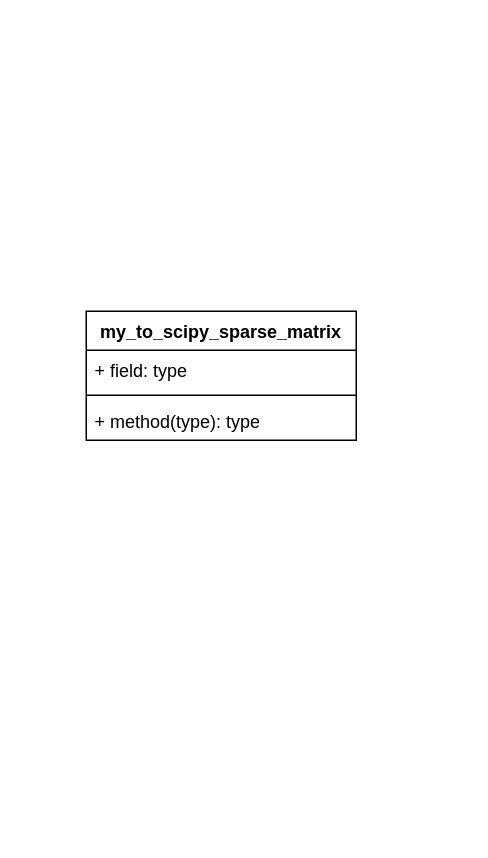
Earlier version of the draw.io diagram page "track_position" (12 of 12) of code documentation/code_visualized.drawio (JanBellingrath/hippocampal_neuron_data_processing). Source tidied: cells renumbered, new cells numbered last; positions are measured from the earlier drawing's top-left corner, leaving out a move shared by most shapes. Both pictures are drawn from the tidied source at 150%, with x=0, y=0 at pixel (86, 310).
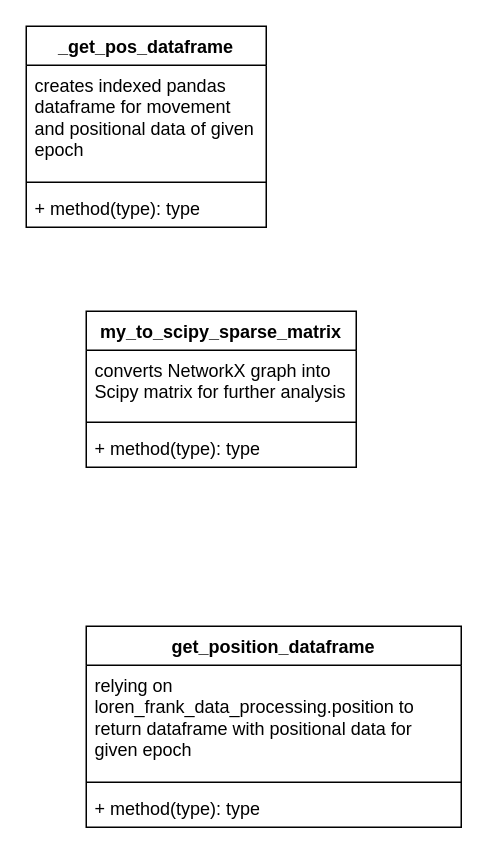
Above is the later version.

Change to the diagram source:
```diff
@@
 <mxGraphModel>
   <root>
     <mxCell id="0" />
     <mxCell id="1" parent="0" />
     <mxCell id="2" value="my_to_scipy_sparse_matrix" style="swimlane;fontStyle=1;align=center;verticalAlign=top;horizontal=1;startSize=26;whiteSpace=wrap;html=1;" parent="1" vertex="1">
-      <mxGeometry width="180" height="86" as="geometry" />
+      <mxGeometry width="180" height="104" as="geometry" />
     </mxCell>
-    <mxCell id="3" value="+ field: type" style="text;strokeColor=none;fillColor=none;align=left;verticalAlign=top;spacingLeft=4;spacingRight=4;overflow=hidden;whiteSpace=wrap;html=1;" parent="2" vertex="1">
-      <mxGeometry y="26" width="180" height="26" as="geometry" />
+    <mxCell id="3" value="converts NetworkX graph into Scipy matrix for further analysis" style="text;strokeColor=none;fillColor=none;align=left;verticalAlign=top;spacingLeft=4;spacingRight=4;overflow=hidden;whiteSpace=wrap;html=1;" parent="2" vertex="1">
+      <mxGeometry y="26" width="180" height="44" as="geometry" />
     </mxCell>
     <mxCell id="4" style="line;strokeWidth=1;fillColor=none;align=left;verticalAlign=middle;spacingTop=-1;spacingLeft=3;spacingRight=3;labelPosition=right;strokeColor=inherit;" parent="2" vertex="1">
-      <mxGeometry y="52" width="180" height="8" as="geometry" />
+      <mxGeometry y="70" width="180" height="8" as="geometry" />
     </mxCell>
     <mxCell id="5" value="+ method(type): type" style="text;strokeColor=none;fillColor=none;align=left;verticalAlign=top;spacingLeft=4;spacingRight=4;overflow=hidden;whiteSpace=wrap;html=1;" parent="2" vertex="1">
-      <mxGeometry y="60" width="180" height="26" as="geometry" />
+      <mxGeometry y="78" width="180" height="26" as="geometry" />
     </mxCell>
+    <mxCell id="6" value="_get_pos_dataframe" style="swimlane;fontStyle=1;align=center;verticalAlign=top;horizontal=1;startSize=26;whiteSpace=wrap;html=1;" parent="1" vertex="1">
+      <mxGeometry x="-40" y="-190" width="160" height="134" as="geometry" />
+    </mxCell>
+    <mxCell id="7" value="creates indexed pandas dataframe for movement and positional data of given epoch" style="text;strokeColor=none;fillColor=none;align=left;verticalAlign=top;spacingLeft=4;spacingRight=4;overflow=hidden;whiteSpace=wrap;html=1;" parent="6" vertex="1">
+      <mxGeometry y="26" width="160" height="74" as="geometry" />
+    </mxCell>
+    <mxCell id="8" style="line;strokeWidth=1;fillColor=none;align=left;verticalAlign=middle;spacingTop=-1;spacingLeft=3;spacingRight=3;labelPosition=right;strokeColor=inherit;" parent="6" vertex="1">
+      <mxGeometry y="100" width="160" height="8" as="geometry" />
+    </mxCell>
+    <mxCell id="9" value="+ method(type): type" style="text;strokeColor=none;fillColor=none;align=left;verticalAlign=top;spacingLeft=4;spacingRight=4;overflow=hidden;whiteSpace=wrap;html=1;" parent="6" vertex="1">
+      <mxGeometry y="108" width="160" height="26" as="geometry" />
+    </mxCell>
+    <mxCell id="10" value="get_position_dataframe" style="swimlane;fontStyle=1;align=center;verticalAlign=top;horizontal=1;startSize=26;whiteSpace=wrap;html=1;" parent="1" vertex="1">
+      <mxGeometry y="210" width="250" height="134" as="geometry" />
+    </mxCell>
+    <mxCell id="11" value="relying on loren_frank_data_processing.position to return dataframe with positional data for given epoch" style="text;strokeColor=none;fillColor=none;align=left;verticalAlign=top;spacingLeft=4;spacingRight=4;overflow=hidden;whiteSpace=wrap;html=1;" parent="10" vertex="1">
+      <mxGeometry y="26" width="250" height="74" as="geometry" />
+    </mxCell>
+    <mxCell id="12" style="line;strokeWidth=1;fillColor=none;align=left;verticalAlign=middle;spacingTop=-1;spacingLeft=3;spacingRight=3;labelPosition=right;strokeColor=inherit;" parent="10" vertex="1">
+      <mxGeometry y="100" width="250" height="8" as="geometry" />
+    </mxCell>
+    <mxCell id="13" value="+ method(type): type" style="text;strokeColor=none;fillColor=none;align=left;verticalAlign=top;spacingLeft=4;spacingRight=4;overflow=hidden;whiteSpace=wrap;html=1;" parent="10" vertex="1">
+      <mxGeometry y="108" width="250" height="26" as="geometry" />
+    </mxCell>
   </root>
 </mxGraphModel>
```
